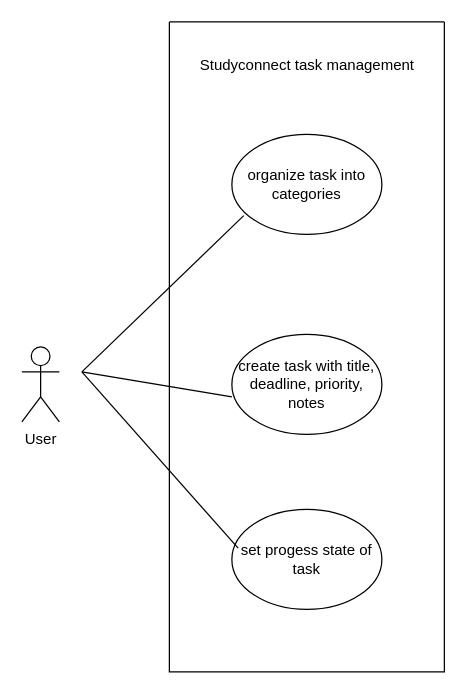
Above: docs/ex2-3-2.drawio in dgrewe-hse/studyconnect (draw.io), before the change. Source tidied: cells renumbered, new cells numbered last; positions are measured from the earlier drawing's top-left corner, leaving out a move shared by most shapes. Both pictures are drawn from the tidied source at 125%, with x=0, y=0 at pixel (21, 21).
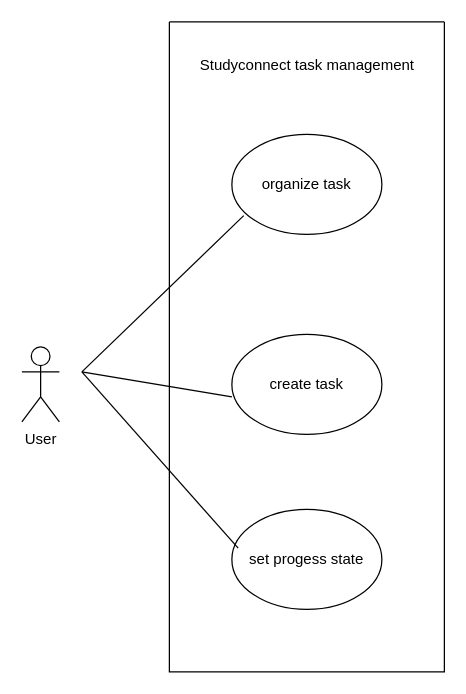
After the change.

What changed in the source:
```diff
@@
 <mxGraphModel>
   <root>
     <mxCell id="0" />
     <mxCell id="1" parent="0" />
-    <mxCell id="2" value="create task with title, deadline, priority, notes" style="ellipse;whiteSpace=wrap;html=1;" parent="1" vertex="1">
+    <mxCell id="2" value="create task" style="ellipse;whiteSpace=wrap;html=1;" parent="1" vertex="1">
       <mxGeometry x="168" y="250" width="120" height="80" as="geometry" />
     </mxCell>
-    <mxCell id="3" value="organize task into categories" style="ellipse;whiteSpace=wrap;html=1;" parent="1" vertex="1">
+    <mxCell id="3" value="organize task" style="ellipse;whiteSpace=wrap;html=1;" parent="1" vertex="1">
       <mxGeometry x="168" y="90" width="120" height="80" as="geometry" />
     </mxCell>
-    <mxCell id="4" value="set progess state of task" style="ellipse;whiteSpace=wrap;html=1;" parent="1" vertex="1">
+    <mxCell id="4" value="set progess state" style="ellipse;whiteSpace=wrap;html=1;" parent="1" vertex="1">
       <mxGeometry x="168" y="390" width="120" height="80" as="geometry" />
     </mxCell>
     <mxCell id="5" value="User" style="shape=umlActor;verticalLabelPosition=bottom;verticalAlign=top;html=1;" parent="1" vertex="1">
       <mxGeometry y="260" width="30" height="60" as="geometry" />
     </mxCell>
     <mxCell id="6" style="swimlane;startSize=0;" parent="1" vertex="1">
       <mxGeometry x="118" width="220" height="520" as="geometry" />
     </mxCell>
     <mxCell id="7" value="Studyconnect task management" style="text;html=1;align=center;verticalAlign=middle;strokeColor=none;fillColor=none;" parent="6" vertex="1">
       <mxGeometry x="15" y="20" width="190" height="30" as="geometry" />
     </mxCell>
     <mxCell id="8" style="endArrow=none;html=1;rounded=0;entryX=0.079;entryY=0.813;entryDx=0;entryDy=0;entryPerimeter=0;" parent="1" edge="1" target="3">
       <mxGeometry relative="1" as="geometry">
         <mxPoint x="48" y="280" as="sourcePoint" />
       </mxGeometry>
     </mxCell>
     <mxCell id="9" style="endArrow=none;html=1;rounded=0;exitX=0.042;exitY=0.388;exitDx=0;exitDy=0;exitPerimeter=0;" parent="1" edge="1" source="4">
       <mxGeometry relative="1" as="geometry">
         <mxPoint x="48" y="280" as="targetPoint" />
       </mxGeometry>
     </mxCell>
     <mxCell id="10" style="endArrow=none;html=1;rounded=0;entryX=0.017;entryY=0.65;entryDx=0;entryDy=0;entryPerimeter=0;" parent="1" edge="1">
       <mxGeometry relative="1" as="geometry">
         <mxPoint x="48" y="280" as="sourcePoint" />
         <mxPoint x="168" y="300" as="targetPoint" />
       </mxGeometry>
     </mxCell>
   </root>
 </mxGraphModel>
```
